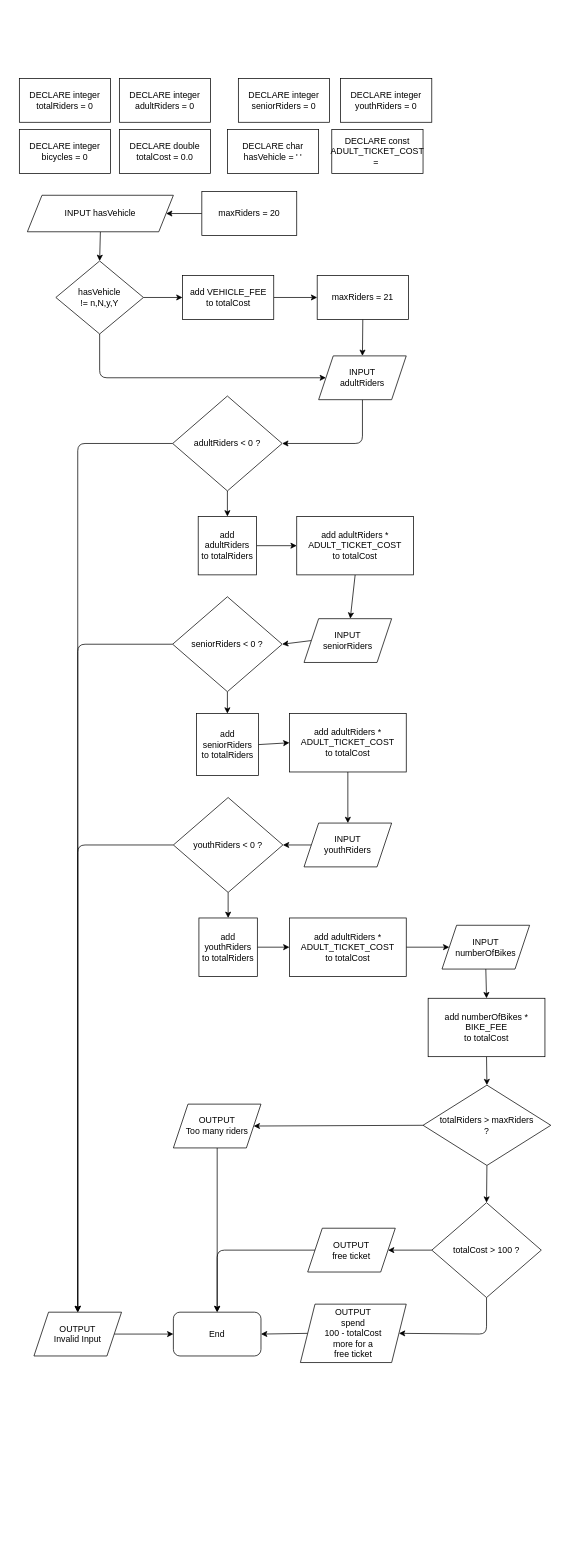
Before: A04/flowchart.drawio in perennialAutodidact/CS161A, a draw.io diagram. Source tidied: cells renumbered, new cells numbered last; positions are measured from the earlier drawing's top-left corner, leaving out a move shared by most shapes. Both pictures are drawn from the tidied source at 73%, with x=0, y=0 at pixel (19, 78).
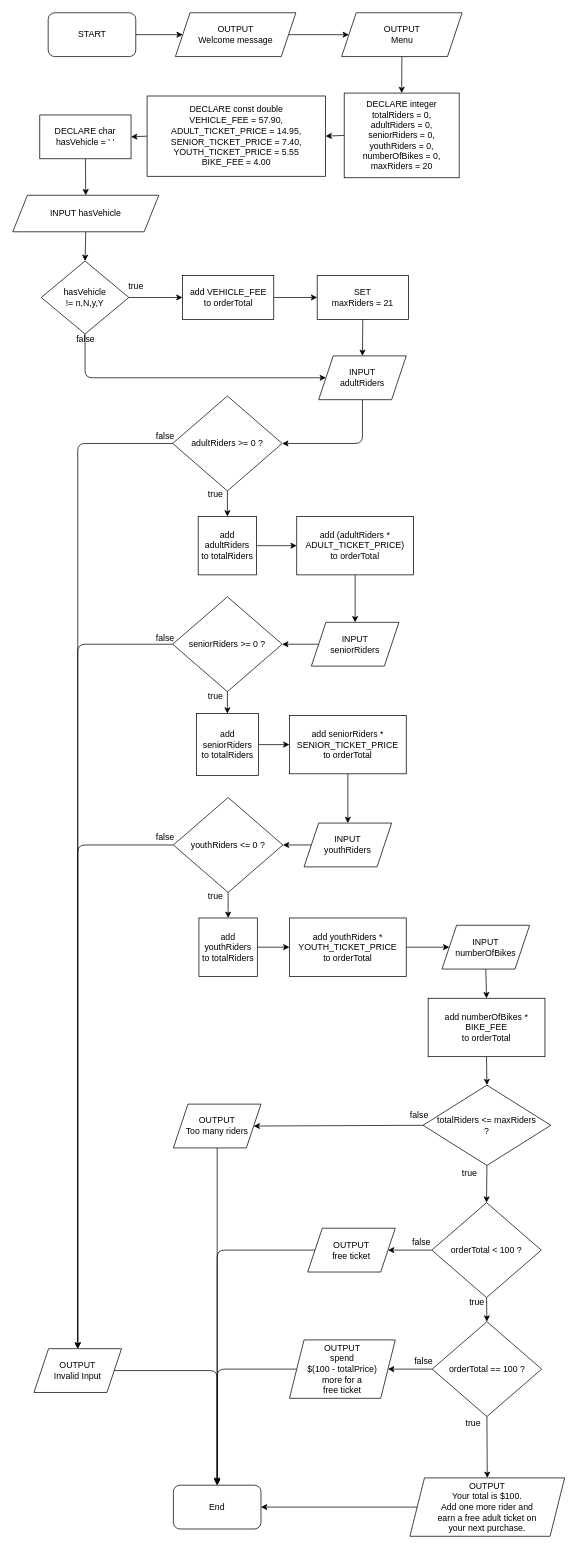
Above is the later version.

Unchanged cells that the change refers to:
```xml
<mxCell id="10" value="INPUT &lt;br&gt;adultRiders" style="shape=parallelogram;perimeter=parallelogramPerimeter;whiteSpace=wrap;html=1;fixedSize=1;" parent="1" vertex="1">
  <mxGeometry x="410" y="380" width="120" height="60" as="geometry" />
</mxCell>
```

The edit, as a diff of the source:
```diff
@@
     <mxCell id="3" value="INPUT hasVehicle" style="shape=parallelogram;perimeter=parallelogramPerimeter;whiteSpace=wrap;html=1;fixedSize=1;" parent="1" vertex="1">
-      <mxGeometry x="11" y="160" width="200" height="50" as="geometry" />
+      <mxGeometry x="-9" y="160" width="200" height="50" as="geometry" />
     </mxCell>
     <mxCell id="4" style="edgeStyle=none;html=1;exitX=0.5;exitY=1;exitDx=0;exitDy=0;entryX=0;entryY=0.5;entryDx=0;entryDy=0;" parent="1" edge="1" source="6" target="10">
       <mxGeometry relative="1" as="geometry">
         <Array as="points">
-          <mxPoint x="110" y="410" />
+          <mxPoint x="90" y="410" />
         </Array>
       </mxGeometry>
     </mxCell>
@@
     <mxCell id="6" value="hasVehicle&lt;br&gt;!= n,N,y,Y" style="rhombus;whiteSpace=wrap;html=1;" parent="1" vertex="1">
-      <mxGeometry x="50" y="250" width="120" height="100" as="geometry" />
+      <mxGeometry x="30" y="250" width="120" height="100" as="geometry" />
     </mxCell>
-    <mxCell id="7" style="edgeStyle=none;html=1;exitX=1;exitY=0.5;exitDx=0;exitDy=0;entryX=0;entryY=0.5;entryDx=0;entryDy=0;" parent="1" edge="1" source="8" target="52">
-      <mxGeometry relative="1" as="geometry" />
+    <mxCell id="7" style="edgeStyle=none;html=1;exitX=1;exitY=0.5;exitDx=0;exitDy=0;entryX=0.5;entryY=0;entryDx=0;entryDy=0;" parent="1" edge="1" source="8" target="52">
+      <mxGeometry relative="1" as="geometry">
+        <Array as="points">
+          <mxPoint x="271" y="1770" />
+        </Array>
+      </mxGeometry>
     </mxCell>
     <mxCell id="8" value="OUTPUT &lt;br&gt;Invalid Input" style="shape=parallelogram;perimeter=parallelogramPerimeter;whiteSpace=wrap;html=1;fixedSize=1;" parent="1" vertex="1">
-      <mxGeometry x="20" y="1690" width="120" height="60" as="geometry" />
+      <mxGeometry x="20" y="1740" width="120" height="60" as="geometry" />
     </mxCell>
@@
-    <mxCell id="15" value="adultRiders &amp;lt; 0 ?" style="rhombus;whiteSpace=wrap;html=1;" parent="1" vertex="1">
+    <mxCell id="15" value="adultRiders &amp;gt;= 0 ?" style="rhombus;whiteSpace=wrap;html=1;" parent="1" vertex="1">
       <mxGeometry x="210" y="435" width="150" height="130" as="geometry" />
     </mxCell>
@@
     <mxCell id="17" value="INPUT&lt;br&gt;seniorRiders" style="shape=parallelogram;perimeter=parallelogramPerimeter;whiteSpace=wrap;html=1;fixedSize=1;" parent="1" vertex="1">
-      <mxGeometry x="390" y="740" width="120" height="60" as="geometry" />
+      <mxGeometry x="400" y="745" width="120" height="60" as="geometry" />
     </mxCell>
@@
-    <mxCell id="22" value="seniorRiders &amp;lt; 0 ?" style="rhombus;whiteSpace=wrap;html=1;" parent="1" vertex="1">
+    <mxCell id="22" value="seniorRiders &amp;gt;= 0 ?" style="rhombus;whiteSpace=wrap;html=1;" parent="1" vertex="1">
       <mxGeometry x="210" y="710" width="150" height="130" as="geometry" />
     </mxCell>
@@
-    <mxCell id="25" value="youthRiders &amp;lt; 0 ?" style="rhombus;whiteSpace=wrap;html=1;" parent="1" vertex="1">
+    <mxCell id="25" value="youthRiders &amp;lt;= 0 ?" style="rhombus;whiteSpace=wrap;html=1;" parent="1" vertex="1">
       <mxGeometry x="211" y="985" width="150" height="130" as="geometry" />
     </mxCell>
@@
-    <mxCell id="33" value="&lt;span&gt;add adultRiders * ADULT_TICKET_COST&lt;/span&gt;&lt;br&gt;&lt;span&gt;to totalCost&lt;/span&gt;" style="rounded=0;whiteSpace=wrap;html=1;" parent="1" vertex="1">
+    <mxCell id="33" value="&lt;span&gt;add (adultRiders * ADULT_TICKET_PRICE)&lt;/span&gt;&lt;br&gt;&lt;span&gt;to orderTotal&lt;/span&gt;" style="rounded=0;whiteSpace=wrap;html=1;" parent="1" vertex="1">
       <mxGeometry x="380" y="600" width="160" height="80" as="geometry" />
     </mxCell>
@@
-    <mxCell id="35" value="&lt;span&gt;add adultRiders * ADULT_TICKET_COST&lt;/span&gt;&lt;br&gt;&lt;span&gt;to totalCost&lt;/span&gt;" style="rounded=0;whiteSpace=wrap;html=1;" parent="1" vertex="1">
-      <mxGeometry x="370" y="870" width="160" height="80" as="geometry" />
+    <mxCell id="35" value="&lt;span&gt;add seniorRiders * SENIOR_TICKET_PRICE&lt;/span&gt;&lt;br&gt;&lt;span&gt;to orderTotal&lt;/span&gt;" style="rounded=0;whiteSpace=wrap;html=1;" parent="1" vertex="1">
+      <mxGeometry x="370" y="872.5" width="160" height="80" as="geometry" />
     </mxCell>
@@
-    <mxCell id="37" value="&lt;span&gt;add adultRiders * ADULT_TICKET_COST&lt;/span&gt;&lt;br&gt;&lt;span&gt;to totalCost&lt;/span&gt;" style="rounded=0;whiteSpace=wrap;html=1;" parent="1" vertex="1">
+    <mxCell id="37" value="&lt;span&gt;add youthRiders * YOUTH_TICKET_PRICE&lt;/span&gt;&lt;br&gt;&lt;span&gt;to orderTotal&lt;/span&gt;" style="rounded=0;whiteSpace=wrap;html=1;" parent="1" vertex="1">
       <mxGeometry x="370" y="1150" width="160" height="80" as="geometry" />
     </mxCell>
@@
-    <mxCell id="39" value="&lt;span&gt;add numberOfBikes * BIKE_FEE&lt;/span&gt;&lt;br&gt;&lt;span&gt;to totalCost&lt;/span&gt;" style="rounded=0;whiteSpace=wrap;html=1;" parent="1" vertex="1">
+    <mxCell id="39" value="&lt;span&gt;add numberOfBikes * BIKE_FEE&lt;/span&gt;&lt;br&gt;&lt;span&gt;to orderTotal&lt;/span&gt;" style="rounded=0;whiteSpace=wrap;html=1;" parent="1" vertex="1">
       <mxGeometry x="560" y="1260" width="160" height="80" as="geometry" />
     </mxCell>
@@
-    <mxCell id="42" value="totalRiders &amp;gt; maxRiders&lt;br&gt;?" style="rhombus;whiteSpace=wrap;html=1;" parent="1" vertex="1">
+    <mxCell id="42" value="totalRiders &amp;lt;= maxRiders&lt;br&gt;?" style="rhombus;whiteSpace=wrap;html=1;" parent="1" vertex="1">
       <mxGeometry x="553" y="1379" width="175" height="110" as="geometry" />
     </mxCell>
@@
-    <mxCell id="47" style="edgeStyle=none;html=1;exitX=0.5;exitY=1;exitDx=0;exitDy=0;entryX=1;entryY=0.5;entryDx=0;entryDy=0;" parent="1" edge="1" source="49" target="51">
-      <mxGeometry relative="1" as="geometry">
-        <Array as="points">
-          <mxPoint x="640" y="1720" />
-        </Array>
-      </mxGeometry>
-    </mxCell>
@@
+    <mxCell id="67" style="edgeStyle=none;html=1;exitX=0.5;exitY=1;exitDx=0;exitDy=0;entryX=0.5;entryY=0;entryDx=0;entryDy=0;" parent="1" edge="1" source="49" target="92">
+      <mxGeometry relative="1" as="geometry" />
+    </mxCell>
-    <mxCell id="49" value="totalCost &amp;gt; 100 ?" style="rhombus;whiteSpace=wrap;html=1;" parent="1" vertex="1">
+    <mxCell id="49" value="orderTotal &amp;lt; 100 ?" style="rhombus;whiteSpace=wrap;html=1;" parent="1" vertex="1">
       <mxGeometry x="565" y="1540" width="150" height="130" as="geometry" />
     </mxCell>
-    <mxCell id="50" style="edgeStyle=none;html=1;exitX=0;exitY=0.5;exitDx=0;exitDy=0;entryX=1;entryY=0.5;entryDx=0;entryDy=0;" parent="1" edge="1" source="51" target="52">
+    <mxCell id="50" style="edgeStyle=none;html=1;exitX=0;exitY=0.5;exitDx=0;exitDy=0;" parent="1" edge="1" source="51" target="52">
       <mxGeometry relative="1" as="geometry" />
     </mxCell>
-    <mxCell id="51" value="OUTPUT &lt;br&gt;spend&lt;br&gt;100 - totalCost&lt;br&gt;more for a&lt;br&gt;free ticket" style="shape=parallelogram;perimeter=parallelogramPerimeter;whiteSpace=wrap;html=1;fixedSize=1;" parent="1" vertex="1">
-      <mxGeometry x="385" y="1679" width="145" height="80" as="geometry" />
+    <mxCell id="51" value="OUTPUT &lt;br&gt;Your total is $100.&lt;br&gt;Add one more rider and &lt;br&gt;earn a free adult ticket on &lt;br&gt;your next purchase." style="shape=parallelogram;perimeter=parallelogramPerimeter;whiteSpace=wrap;html=1;fixedSize=1;" parent="1" vertex="1">
+      <mxGeometry x="535" y="1917" width="212" height="80" as="geometry" />
     </mxCell>
     <mxCell id="52" value="End" style="rounded=1;whiteSpace=wrap;html=1;" parent="1" vertex="1">
-      <mxGeometry x="211" y="1690" width="120" height="60" as="geometry" />
+      <mxGeometry x="211" y="1927" width="120" height="60" as="geometry" />
     </mxCell>
@@
-    <mxCell id="54" value="maxRiders = 21" style="rounded=0;whiteSpace=wrap;html=1;" parent="1" vertex="1">
+    <mxCell id="54" value="SET&lt;br&gt;maxRiders = 21" style="rounded=0;whiteSpace=wrap;html=1;" parent="1" vertex="1">
       <mxGeometry x="408" y="270" width="125" height="60" as="geometry" />
     </mxCell>
-    <mxCell id="55" style="edgeStyle=none;html=1;exitX=0;exitY=0.5;exitDx=0;exitDy=0;entryX=1;entryY=0.5;entryDx=0;entryDy=0;" parent="1" edge="1" source="56" target="3">
-      <mxGeometry relative="1" as="geometry" />
-    </mxCell>
-    <mxCell id="56" value="maxRiders = 20" style="rounded=0;whiteSpace=wrap;html=1;" parent="1" vertex="1">
-      <mxGeometry x="250" y="155" width="130" height="60" as="geometry" />
-    </mxCell>
+    <mxCell id="68" style="edgeStyle=none;html=1;exitX=0;exitY=0.5;exitDx=0;exitDy=0;entryX=1;entryY=0.5;entryDx=0;entryDy=0;" parent="1" edge="1" source="57" target="71">
+      <mxGeometry relative="1" as="geometry" />
+    </mxCell>
-    <mxCell id="57" value="DECLARE integer&lt;br&gt;totalRiders = 0" style="rounded=0;whiteSpace=wrap;html=1;" parent="1" vertex="1">
-      <mxGeometry width="125" height="60" as="geometry" />
+    <mxCell id="57" value="DECLARE integer&lt;br&gt;totalRiders = 0,&lt;br&gt;adultRiders = 0,&lt;br&gt;seniorRiders = 0,&lt;br&gt;youthRiders = 0,&lt;br&gt;numberOfBikes = 0,&lt;br&gt;maxRiders = 20" style="rounded=0;whiteSpace=wrap;html=1;" parent="1" vertex="1">
+      <mxGeometry x="445" y="20" width="157.5" height="116" as="geometry" />
     </mxCell>
@@
-    <mxCell id="59" value="add VEHICLE_FEE &lt;br&gt;to totalCost" style="rounded=0;whiteSpace=wrap;html=1;" parent="1" vertex="1">
+    <mxCell id="59" value="add VEHICLE_FEE &lt;br&gt;to orderTotal" style="rounded=0;whiteSpace=wrap;html=1;" parent="1" vertex="1">
       <mxGeometry x="223.5" y="270" width="125" height="60" as="geometry" />
     </mxCell>
-    <mxCell id="60" value="DECLARE integer&lt;br&gt;adultRiders = 0" style="rounded=0;whiteSpace=wrap;html=1;" parent="1" vertex="1">
-      <mxGeometry x="137" width="125" height="60" as="geometry" />
-    </mxCell>
-    <mxCell id="61" value="DECLARE integer&lt;br&gt;seniorRiders = 0" style="rounded=0;whiteSpace=wrap;html=1;" parent="1" vertex="1">
-      <mxGeometry x="300" width="125" height="60" as="geometry" />
-    </mxCell>
-    <mxCell id="62" value="DECLARE integer&lt;br&gt;youthRiders = 0" style="rounded=0;whiteSpace=wrap;html=1;" parent="1" vertex="1">
-      <mxGeometry x="440" width="125" height="60" as="geometry" />
-    </mxCell>
-    <mxCell id="63" value="DECLARE integer&lt;br&gt;bicycles = 0" style="rounded=0;whiteSpace=wrap;html=1;" parent="1" vertex="1">
-      <mxGeometry y="70" width="125" height="60" as="geometry" />
-    </mxCell>
-    <mxCell id="64" value="DECLARE double&lt;br&gt;totalCost = 0.0" style="rounded=0;whiteSpace=wrap;html=1;" parent="1" vertex="1">
-      <mxGeometry x="137" y="70" width="125" height="60" as="geometry" />
-    </mxCell>
+    <mxCell id="69" style="edgeStyle=none;html=1;exitX=0.5;exitY=1;exitDx=0;exitDy=0;entryX=0.5;entryY=0;entryDx=0;entryDy=0;" parent="1" edge="1" source="65" target="3">
+      <mxGeometry relative="1" as="geometry" />
+    </mxCell>
     <mxCell id="65" value="DECLARE char&lt;br&gt;hasVehicle = ' '" style="rounded=0;whiteSpace=wrap;html=1;" parent="1" vertex="1">
-      <mxGeometry x="285" y="70" width="125" height="60" as="geometry" />
+      <mxGeometry x="28" y="50" width="125" height="60" as="geometry" />
     </mxCell>
-    <mxCell id="66" value="DECLARE const&lt;br&gt;ADULT_TICKET_COST =&amp;nbsp;" style="rounded=0;whiteSpace=wrap;html=1;" parent="1" vertex="1">
-      <mxGeometry x="428" y="70" width="125" height="60" as="geometry" />
-    </mxCell>
+    <mxCell id="70" style="edgeStyle=none;html=1;exitX=0;exitY=0.5;exitDx=0;exitDy=0;entryX=1;entryY=0.5;entryDx=0;entryDy=0;" parent="1" edge="1" source="71" target="65">
+      <mxGeometry relative="1" as="geometry" />
+    </mxCell>
+    <mxCell id="71" value="DECLARE const double&lt;br&gt;VEHICLE_FEE = 57.90, &lt;br&gt;ADULT_TICKET_PRICE = 14.95,&lt;br&gt;SENIOR_TICKET_PRICE = 7.40,&lt;br&gt;YOUTH_TICKET_PRICE = 5.55&lt;br&gt;BIKE_FEE = 4.00" style="rounded=0;whiteSpace=wrap;html=1;" parent="1" vertex="1">
+      <mxGeometry x="175" y="24" width="244.5" height="110" as="geometry" />
+    </mxCell>
+    <mxCell id="72" style="edgeStyle=none;html=1;exitX=1;exitY=0.5;exitDx=0;exitDy=0;" parent="1" edge="1" source="73" target="75">
+      <mxGeometry relative="1" as="geometry" />
+    </mxCell>
+    <mxCell id="73" value="START" style="rounded=1;whiteSpace=wrap;html=1;" parent="1" vertex="1">
+      <mxGeometry x="39.5" y="-90" width="120" height="60" as="geometry" />
+    </mxCell>
+    <mxCell id="74" style="edgeStyle=none;html=1;exitX=1;exitY=0.5;exitDx=0;exitDy=0;" parent="1" edge="1" source="75" target="77">
+      <mxGeometry relative="1" as="geometry" />
+    </mxCell>
+    <mxCell id="75" value="OUTPUT&lt;br&gt;Welcome message" style="shape=parallelogram;perimeter=parallelogramPerimeter;whiteSpace=wrap;html=1;fixedSize=1;" parent="1" vertex="1">
+      <mxGeometry x="213.8" y="-90" width="165" height="60" as="geometry" />
+    </mxCell>
+    <mxCell id="76" style="edgeStyle=none;html=1;exitX=0.5;exitY=1;exitDx=0;exitDy=0;entryX=0.5;entryY=0;entryDx=0;entryDy=0;" parent="1" edge="1" source="77" target="57">
+      <mxGeometry relative="1" as="geometry" />
+    </mxCell>
+    <mxCell id="77" value="OUTPUT&lt;br&gt;Menu" style="shape=parallelogram;perimeter=parallelogramPerimeter;whiteSpace=wrap;html=1;fixedSize=1;" parent="1" vertex="1">
+      <mxGeometry x="441.5" y="-90" width="165" height="60" as="geometry" />
+    </mxCell>
+    <mxCell id="78" value="true" style="text;html=1;strokeColor=none;fillColor=none;align=center;verticalAlign=middle;whiteSpace=wrap;rounded=0;" parent="1" vertex="1">
+      <mxGeometry x="130" y="270" width="60" height="30" as="geometry" />
+    </mxCell>
+    <mxCell id="79" value="false" style="text;html=1;strokeColor=none;fillColor=none;align=center;verticalAlign=middle;whiteSpace=wrap;rounded=0;" parent="1" vertex="1">
+      <mxGeometry x="61" y="343" width="60" height="30" as="geometry" />
+    </mxCell>
+    <mxCell id="80" value="false" style="text;html=1;strokeColor=none;fillColor=none;align=center;verticalAlign=middle;whiteSpace=wrap;rounded=0;" parent="1" vertex="1">
+      <mxGeometry x="170" y="475" width="60" height="30" as="geometry" />
+    </mxCell>
+    <mxCell id="81" value="true" style="text;html=1;strokeColor=none;fillColor=none;align=center;verticalAlign=middle;whiteSpace=wrap;rounded=0;" parent="1" vertex="1">
+      <mxGeometry x="239" y="555" width="60" height="30" as="geometry" />
+    </mxCell>
+    <mxCell id="82" value="false" style="text;html=1;strokeColor=none;fillColor=none;align=center;verticalAlign=middle;whiteSpace=wrap;rounded=0;" parent="1" vertex="1">
+      <mxGeometry x="170" y="752" width="60" height="30" as="geometry" />
+    </mxCell>
+    <mxCell id="83" value="true" style="text;html=1;strokeColor=none;fillColor=none;align=center;verticalAlign=middle;whiteSpace=wrap;rounded=0;" parent="1" vertex="1">
+      <mxGeometry x="239" y="832" width="60" height="30" as="geometry" />
+    </mxCell>
+    <mxCell id="84" value="false" style="text;html=1;strokeColor=none;fillColor=none;align=center;verticalAlign=middle;whiteSpace=wrap;rounded=0;" parent="1" vertex="1">
+      <mxGeometry x="170" y="1025" width="60" height="30" as="geometry" />
+    </mxCell>
+    <mxCell id="85" value="true" style="text;html=1;strokeColor=none;fillColor=none;align=center;verticalAlign=middle;whiteSpace=wrap;rounded=0;" parent="1" vertex="1">
+      <mxGeometry x="239" y="1105" width="60" height="30" as="geometry" />
+    </mxCell>
+    <mxCell id="86" value="false" style="text;html=1;strokeColor=none;fillColor=none;align=center;verticalAlign=middle;whiteSpace=wrap;rounded=0;" parent="1" vertex="1">
+      <mxGeometry x="518" y="1405" width="60" height="30" as="geometry" />
+    </mxCell>
+    <mxCell id="87" value="true" style="text;html=1;strokeColor=none;fillColor=none;align=center;verticalAlign=middle;whiteSpace=wrap;rounded=0;" parent="1" vertex="1">
+      <mxGeometry x="587" y="1485" width="60" height="30" as="geometry" />
+    </mxCell>
+    <mxCell id="88" value="false" style="text;html=1;strokeColor=none;fillColor=none;align=center;verticalAlign=middle;whiteSpace=wrap;rounded=0;" parent="1" vertex="1">
+      <mxGeometry x="521" y="1579" width="60" height="30" as="geometry" />
+    </mxCell>
+    <mxCell id="89" value="true" style="text;html=1;strokeColor=none;fillColor=none;align=center;verticalAlign=middle;whiteSpace=wrap;rounded=0;" parent="1" vertex="1">
+      <mxGeometry x="597" y="1661" width="60" height="30" as="geometry" />
+    </mxCell>
+    <mxCell id="90" style="edgeStyle=none;html=1;exitX=0;exitY=0.5;exitDx=0;exitDy=0;entryX=1;entryY=0.5;entryDx=0;entryDy=0;" parent="1" edge="1" source="92" target="95">
+      <mxGeometry relative="1" as="geometry" />
+    </mxCell>
+    <mxCell id="91" style="edgeStyle=none;html=1;exitX=0.5;exitY=1;exitDx=0;exitDy=0;entryX=0.5;entryY=0;entryDx=0;entryDy=0;" parent="1" edge="1" source="92" target="51">
+      <mxGeometry relative="1" as="geometry" />
+    </mxCell>
+    <mxCell id="92" value="orderTotal == 100 ?" style="rhombus;whiteSpace=wrap;html=1;" parent="1" vertex="1">
+      <mxGeometry x="565.5" y="1703" width="150" height="130" as="geometry" />
+    </mxCell>
+    <mxCell id="93" value="true" style="text;html=1;strokeColor=none;fillColor=none;align=center;verticalAlign=middle;whiteSpace=wrap;rounded=0;" parent="1" vertex="1">
+      <mxGeometry x="592" y="1827" width="60" height="30" as="geometry" />
+    </mxCell>
+    <mxCell id="94" style="edgeStyle=none;html=1;entryX=0.5;entryY=0;entryDx=0;entryDy=0;" parent="1" edge="1">
+      <mxGeometry relative="1" as="geometry">
+        <mxPoint x="380" y="1768" as="sourcePoint" />
+        <mxPoint x="271" y="1925" as="targetPoint" />
+        <Array as="points">
+          <mxPoint x="271" y="1768" />
+        </Array>
+      </mxGeometry>
+    </mxCell>
+    <mxCell id="95" value="OUTPUT &lt;br&gt;spend&lt;br&gt;$(100 - totalPrice)&lt;br&gt;more for a&lt;br&gt;free ticket" style="shape=parallelogram;perimeter=parallelogramPerimeter;whiteSpace=wrap;html=1;fixedSize=1;" parent="1" vertex="1">
+      <mxGeometry x="370" y="1728" width="145" height="80" as="geometry" />
+    </mxCell>
+    <mxCell id="96" value="false" style="text;html=1;strokeColor=none;fillColor=none;align=center;verticalAlign=middle;whiteSpace=wrap;rounded=0;" parent="1" vertex="1">
+      <mxGeometry x="524" y="1742" width="60" height="30" as="geometry" />
+    </mxCell>
```
